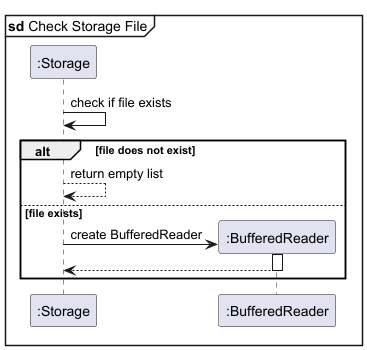
The PlantUML diagram docs/diagrams/StorageLoadSD_A.png in AY2526S1-CS2113-W14-4/tp, before a commit. Its diagram source:
```plantuml
@startuml
mainframe **sd** Check Storage File
participant ":Storage" as S

S -> S: check if file exists

alt file does not exist
    S --> S: return empty list
else file exists
    create ":BufferedReader" as BR
    S -> BR**: create BufferedReader
    activate BR
    BR --> S
    deactivate BR
end

@enduml
```
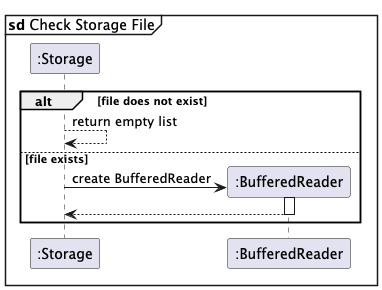
Later version of the same file.

What changed in the source:
```diff
@@ -1,8 +1,6 @@
 @startuml
 mainframe **sd** Check Storage File
 participant ":Storage" as S
-
-S -> S: check if file exists
 
 alt file does not exist
     S --> S: return empty list
```
